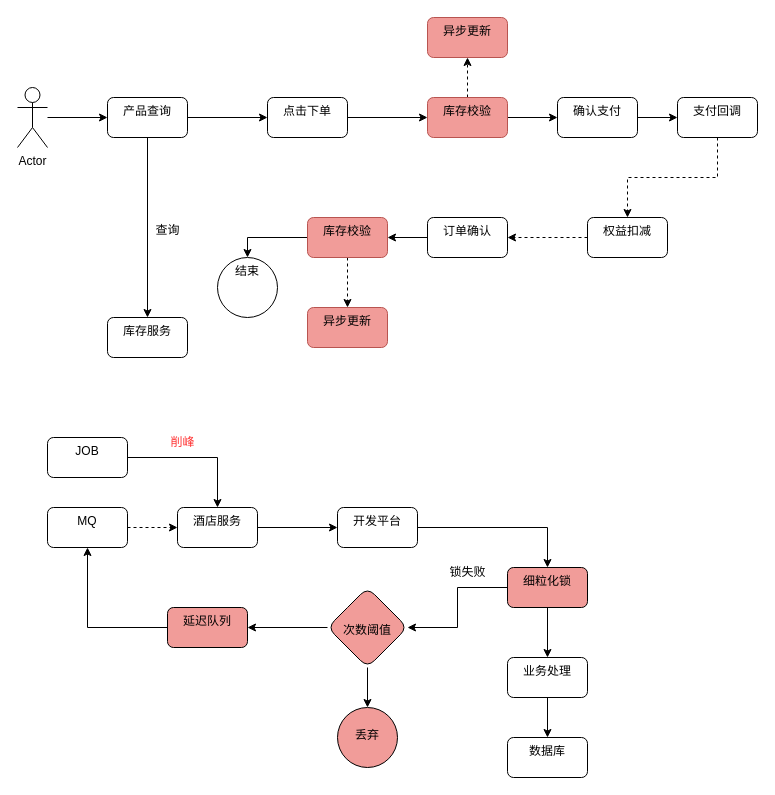
The draw.io diagram page "第 3 页" (3 of 5) of 晋升.drawio in VilaNan/tsxxx.github.io, before the edit. Source tidied: cells renumbered, new cells numbered last; positions are measured from the earlier drawing's top-left corner, leaving out a move shared by most shapes. Both pictures are drawn from the tidied source at 100%, with x=0, y=0 at pixel (17, 17).
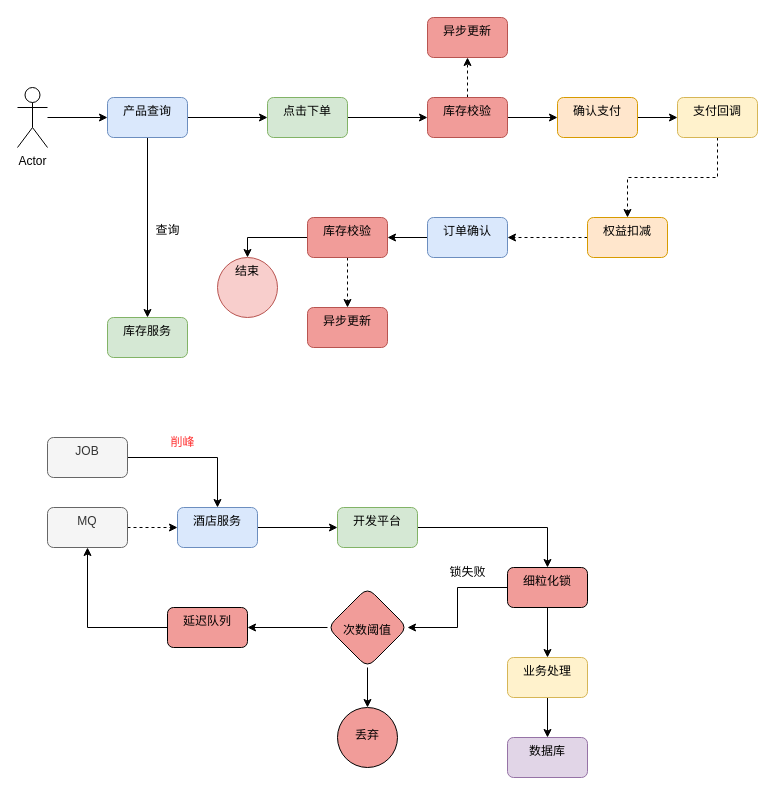
Above is the later version.

What changed in the source:
```diff
@@
-    <mxCell id="6" value="产品查询" style="rounded=1;whiteSpace=wrap;html=1;verticalAlign=top;" parent="1" vertex="1">
+    <mxCell id="6" value="产品查询" style="rounded=1;whiteSpace=wrap;html=1;verticalAlign=top;fillColor=#dae8fc;strokeColor=#6c8ebf;" parent="1" vertex="1">
       <mxGeometry x="90" y="80" width="80" height="40" as="geometry" />
     </mxCell>
@@
-    <mxCell id="8" value="点击下单" style="rounded=1;whiteSpace=wrap;html=1;verticalAlign=top;" parent="1" vertex="1">
+    <mxCell id="8" value="点击下单" style="rounded=1;whiteSpace=wrap;html=1;verticalAlign=top;fillColor=#d5e8d4;strokeColor=#82b366;" parent="1" vertex="1">
       <mxGeometry x="250" y="80" width="80" height="40" as="geometry" />
     </mxCell>
@@
-    <mxCell id="14" value="确认支付" style="rounded=1;whiteSpace=wrap;html=1;verticalAlign=top;" parent="1" vertex="1">
+    <mxCell id="14" value="确认支付" style="rounded=1;whiteSpace=wrap;html=1;verticalAlign=top;fillColor=#ffe6cc;strokeColor=#d79b00;" parent="1" vertex="1">
       <mxGeometry x="540" y="80" width="80" height="40" as="geometry" />
     </mxCell>
@@
-    <mxCell id="16" value="权益扣减" style="rounded=1;whiteSpace=wrap;html=1;verticalAlign=top;" parent="1" vertex="1">
+    <mxCell id="16" value="权益扣减" style="rounded=1;whiteSpace=wrap;html=1;verticalAlign=top;fillColor=#ffe6cc;strokeColor=#d79b00;" parent="1" vertex="1">
       <mxGeometry x="570" y="200" width="80" height="40" as="geometry" />
     </mxCell>
@@
-    <mxCell id="18" value="订单确认" style="rounded=1;whiteSpace=wrap;html=1;verticalAlign=top;" parent="1" vertex="1">
+    <mxCell id="18" value="订单确认" style="rounded=1;whiteSpace=wrap;html=1;verticalAlign=top;fillColor=#dae8fc;strokeColor=#6c8ebf;" parent="1" vertex="1">
       <mxGeometry x="410" y="200" width="80" height="40" as="geometry" />
     </mxCell>
-    <mxCell id="19" value="库存服务" style="rounded=1;whiteSpace=wrap;html=1;verticalAlign=top;" parent="1" vertex="1">
+    <mxCell id="19" value="库存服务" style="rounded=1;whiteSpace=wrap;html=1;verticalAlign=top;fillColor=#d5e8d4;strokeColor=#82b366;" parent="1" vertex="1">
       <mxGeometry x="90" y="300" width="80" height="40" as="geometry" />
     </mxCell>
@@
-    <mxCell id="21" value="MQ" style="rounded=1;whiteSpace=wrap;html=1;verticalAlign=top;" parent="1" vertex="1">
+    <mxCell id="21" value="MQ" style="rounded=1;whiteSpace=wrap;html=1;verticalAlign=top;fillColor=#f5f5f5;fontColor=#333333;strokeColor=#666666;" parent="1" vertex="1">
       <mxGeometry x="30" y="490" width="80" height="40" as="geometry" />
     </mxCell>
@@
-    <mxCell id="23" value="酒店服务" style="rounded=1;whiteSpace=wrap;html=1;verticalAlign=top;" parent="1" vertex="1">
+    <mxCell id="23" value="酒店服务" style="rounded=1;whiteSpace=wrap;html=1;verticalAlign=top;fillColor=#dae8fc;strokeColor=#6c8ebf;" parent="1" vertex="1">
       <mxGeometry x="160" y="490" width="80" height="40" as="geometry" />
     </mxCell>
@@
-    <mxCell id="26" value="开发平台" style="rounded=1;whiteSpace=wrap;html=1;verticalAlign=top;" parent="1" vertex="1">
+    <mxCell id="26" value="开发平台" style="rounded=1;whiteSpace=wrap;html=1;verticalAlign=top;fillColor=#d5e8d4;strokeColor=#82b366;" parent="1" vertex="1">
       <mxGeometry x="320" y="490" width="80" height="40" as="geometry" />
     </mxCell>
-    <mxCell id="27" value="支付回调" style="rounded=1;whiteSpace=wrap;html=1;verticalAlign=top;" parent="1" vertex="1">
+    <mxCell id="27" value="支付回调" style="rounded=1;whiteSpace=wrap;html=1;verticalAlign=top;fillColor=#fff2cc;strokeColor=#d6b656;" parent="1" vertex="1">
       <mxGeometry x="660" y="80" width="80" height="40" as="geometry" />
     </mxCell>
@@
-    <mxCell id="34" value="JOB" style="rounded=1;whiteSpace=wrap;html=1;verticalAlign=top;" parent="1" vertex="1">
+    <mxCell id="34" value="JOB" style="rounded=1;whiteSpace=wrap;html=1;verticalAlign=top;fillColor=#f5f5f5;fontColor=#333333;strokeColor=#666666;" parent="1" vertex="1">
       <mxGeometry x="30" y="420" width="80" height="40" as="geometry" />
     </mxCell>
@@
-    <mxCell id="40" value="业务处理" style="rounded=1;whiteSpace=wrap;html=1;verticalAlign=top;" parent="1" vertex="1">
+    <mxCell id="40" value="业务处理" style="rounded=1;whiteSpace=wrap;html=1;verticalAlign=top;fillColor=#fff2cc;strokeColor=#d6b656;" parent="1" vertex="1">
       <mxGeometry x="490" y="640" width="80" height="40" as="geometry" />
     </mxCell>
-    <mxCell id="41" value="数据库" style="rounded=1;whiteSpace=wrap;html=1;verticalAlign=top;" parent="1" vertex="1">
+    <mxCell id="41" value="数据库" style="rounded=1;whiteSpace=wrap;html=1;verticalAlign=top;fillColor=#e1d5e7;strokeColor=#9673a6;" parent="1" vertex="1">
       <mxGeometry x="490" y="720" width="80" height="40" as="geometry" />
     </mxCell>
@@
-    <mxCell id="49" value="结束" style="ellipse;whiteSpace=wrap;html=1;verticalAlign=top;rounded=1;" parent="1" vertex="1">
+    <mxCell id="49" value="结束" style="ellipse;whiteSpace=wrap;html=1;verticalAlign=top;rounded=1;fillColor=#f8cecc;strokeColor=#b85450;" parent="1" vertex="1">
       <mxGeometry x="200" y="240" width="60" height="60" as="geometry" />
     </mxCell>
```
